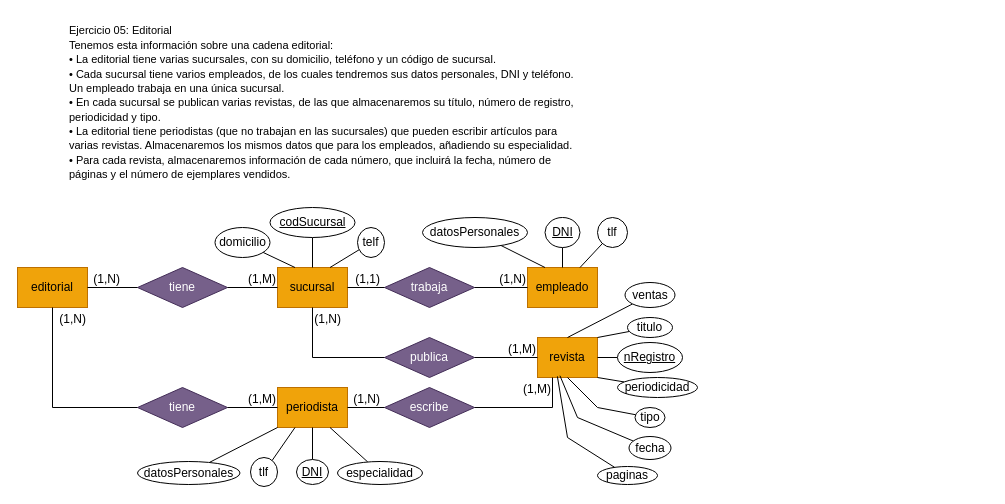
The draw.io diagram RelacionEjercicios2/ejercicio5.drawio in Neixxl/BaseDeDatos, before the edit. Source tidied: cells renumbered, new cells numbered last; positions are measured from the earlier drawing's top-left corner, leaving out a move shared by most shapes. Both pictures are drawn from the tidied source at 100%, with x=0, y=0 at pixel (17, 17).
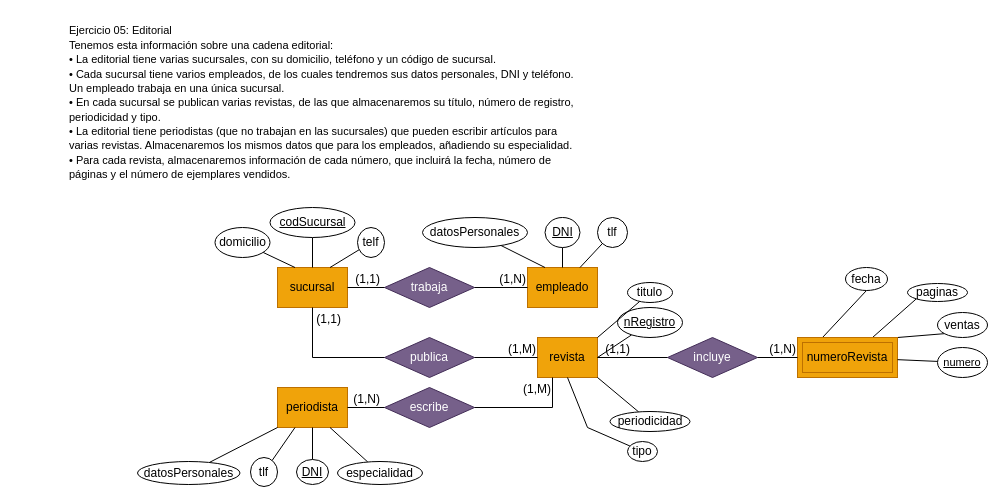
The same diagram, later.

Unchanged cells that the change refers to:
```xml
<mxCell id="4" value="sucursal" style="whiteSpace=wrap;html=1;align=center;fillColor=#f0a30a;strokeColor=#BD7000;fontColor=#000000;" parent="1" vertex="1">
  <mxGeometry x="260" y="250" width="70" height="40" as="geometry" />
</mxCell>
<mxCell id="6" value="revista" style="whiteSpace=wrap;html=1;align=center;fillColor=#f0a30a;strokeColor=#BD7000;fontColor=#000000;" parent="1" vertex="1">
  <mxGeometry x="520" y="320" width="60" height="40" as="geometry" />
</mxCell>
<mxCell id="7" value="periodista" style="whiteSpace=wrap;html=1;align=center;fillColor=#f0a30a;strokeColor=#BD7000;fontColor=#000000;" parent="1" vertex="1">
  <mxGeometry x="260" y="370" width="70" height="40" as="geometry" />
</mxCell>
<mxCell id="31" style="endArrow=none;html=1;rounded=0;exitX=0;exitY=0.5;exitDx=0;exitDy=0;entryX=0.5;entryY=1;entryDx=0;entryDy=0;" parent="1" edge="1" source="30" target="4">
  <mxGeometry relative="1" as="geometry">
    <Array as="points">
      <mxPoint x="295" y="340" />
    </Array>
  </mxGeometry>
</mxCell>
```

The edit, as a diff of the source:
```diff
@@
-    <mxCell id="3" value="editorial" style="whiteSpace=wrap;html=1;align=center;fillColor=#f0a30a;strokeColor=#BD7000;fontColor=#000000;" parent="1" vertex="1">
-      <mxGeometry y="250" width="70" height="40" as="geometry" />
-    </mxCell>
@@
-    <mxCell id="8" value="tiene" style="shape=rhombus;perimeter=rhombusPerimeter;whiteSpace=wrap;html=1;align=center;fillColor=#76608a;fontColor=#ffffff;strokeColor=#432D57;" parent="1" vertex="1">
-      <mxGeometry x="120" y="250" width="90" height="40" as="geometry" />
-    </mxCell>
-    <mxCell id="9" style="endArrow=none;html=1;rounded=0;exitX=0;exitY=0.5;exitDx=0;exitDy=0;entryX=1;entryY=0.5;entryDx=0;entryDy=0;" parent="1" edge="1" source="8" target="3">
-      <mxGeometry relative="1" as="geometry" />
-    </mxCell>
-    <mxCell id="10" value="(1,N)" style="html=1;whiteSpace=wrap;align=right;verticalAlign=bottom;" parent="9" vertex="1">
-      <mxGeometry x="1" relative="1" as="geometry">
-        <mxPoint x="34" as="offset" />
-      </mxGeometry>
-    </mxCell>
-    <mxCell id="11" style="endArrow=none;html=1;rounded=0;exitX=1;exitY=0.5;exitDx=0;exitDy=0;entryX=0;entryY=0.5;entryDx=0;entryDy=0;" parent="1" edge="1" source="8" target="4">
-      <mxGeometry relative="1" as="geometry" />
-    </mxCell>
-    <mxCell id="12" value="(1,M)" style="html=1;whiteSpace=wrap;align=right;verticalAlign=bottom;" parent="11" vertex="1">
-      <mxGeometry x="1" relative="1" as="geometry" />
-    </mxCell>
@@
-    <mxCell id="32" value="(1,N)" style="html=1;whiteSpace=wrap;align=right;verticalAlign=bottom;" parent="31" vertex="1">
+    <mxCell id="32" value="(1,1)" style="html=1;whiteSpace=wrap;align=right;verticalAlign=bottom;" parent="31" vertex="1">
       <mxGeometry x="1" relative="1" as="geometry">
         <mxPoint x="30" y="20" as="offset" />
       </mxGeometry>
     </mxCell>
@@
     <mxCell id="36" value="&lt;u&gt;nRegistro&lt;/u&gt;" style="ellipse;whiteSpace=wrap;html=1;align=center;" parent="1" vertex="1">
-      <mxGeometry x="600" y="325" width="65" height="30" as="geometry" />
+      <mxGeometry x="600" y="290" width="65" height="30" as="geometry" />
     </mxCell>
@@
     <mxCell id="38" value="titulo" style="ellipse;whiteSpace=wrap;html=1;align=center;" parent="1" vertex="1">
-      <mxGeometry x="610" y="300" width="45" height="20" as="geometry" />
+      <mxGeometry x="610" y="265" width="45" height="20" as="geometry" />
     </mxCell>
@@
     <mxCell id="40" value="periodicidad" style="ellipse;whiteSpace=wrap;html=1;align=center;" parent="1" vertex="1">
-      <mxGeometry x="600" y="360" width="80" height="20" as="geometry" />
+      <mxGeometry x="592.5" y="394" width="80" height="20" as="geometry" />
     </mxCell>
     <mxCell id="41" style="endArrow=none;html=1;rounded=0;exitX=0.5;exitY=1;exitDx=0;exitDy=0;" parent="1" edge="1" source="6" target="42">
       <mxGeometry relative="1" as="geometry">
         <Array as="points">
-          <mxPoint x="580" y="390" />
+          <mxPoint x="570" y="410" />
         </Array>
       </mxGeometry>
     </mxCell>
     <mxCell id="42" value="tipo" style="ellipse;whiteSpace=wrap;html=1;align=center;" parent="1" vertex="1">
-      <mxGeometry x="617.5" y="390" width="30" height="20" as="geometry" />
+      <mxGeometry x="610" y="424" width="30" height="20" as="geometry" />
     </mxCell>
-    <mxCell id="43" value="tiene" style="shape=rhombus;perimeter=rhombusPerimeter;whiteSpace=wrap;html=1;align=center;fillColor=#76608a;fontColor=#ffffff;strokeColor=#432D57;" parent="1" vertex="1">
-      <mxGeometry x="120" y="370" width="90" height="40" as="geometry" />
-    </mxCell>
-    <mxCell id="44" style="endArrow=none;html=1;rounded=0;exitX=0;exitY=0.5;exitDx=0;exitDy=0;entryX=0.5;entryY=1;entryDx=0;entryDy=0;" parent="1" edge="1" source="43" target="3">
-      <mxGeometry relative="1" as="geometry">
-        <Array as="points">
-          <mxPoint x="35" y="390" />
-        </Array>
-      </mxGeometry>
-    </mxCell>
-    <mxCell id="45" value="(1,N)" style="html=1;whiteSpace=wrap;align=right;verticalAlign=bottom;" parent="44" vertex="1">
-      <mxGeometry x="1" relative="1" as="geometry">
-        <mxPoint x="35" y="20" as="offset" />
-      </mxGeometry>
-    </mxCell>
-    <mxCell id="46" style="endArrow=none;html=1;rounded=0;exitX=1;exitY=0.5;exitDx=0;exitDy=0;entryX=0;entryY=0.5;entryDx=0;entryDy=0;" parent="1" edge="1" source="43" target="7">
-      <mxGeometry relative="1" as="geometry" />
-    </mxCell>
-    <mxCell id="47" value="(1,M)" style="html=1;whiteSpace=wrap;align=right;verticalAlign=bottom;" parent="46" vertex="1">
-      <mxGeometry x="1" relative="1" as="geometry" />
-    </mxCell>
@@
-    <mxCell id="61" style="endArrow=none;html=1;rounded=0;exitX=0.374;exitY=0.955;exitDx=0;exitDy=0;exitPerimeter=0;" parent="1" edge="1" source="6" target="62">
-      <mxGeometry relative="1" as="geometry">
-        <Array as="points">
-          <mxPoint x="560" y="400" />
-        </Array>
-      </mxGeometry>
-    </mxCell>
+    <mxCell id="67" style="rounded=0;jettySize=auto;html=1;exitX=0.5;exitY=1;exitDx=0;exitDy=0;entryX=0.25;entryY=0;entryDx=0;entryDy=0;strokeColor=default;align=center;verticalAlign=middle;fontFamily=Helvetica;fontSize=11;fontColor=default;labelBackgroundColor=default;edgeStyle=none;startFill=0;endArrow=none;" parent="1" edge="1" source="62" target="70">
+      <mxGeometry relative="1" as="geometry" />
+    </mxCell>
     <mxCell id="62" value="fecha" style="ellipse;whiteSpace=wrap;html=1;align=center;" parent="1" vertex="1">
-      <mxGeometry x="611.5" y="419" width="42" height="23" as="geometry" />
+      <mxGeometry x="828" y="250" width="42" height="23" as="geometry" />
     </mxCell>
-    <mxCell id="63" style="endArrow=none;html=1;rounded=0;exitX=0.331;exitY=0.971;exitDx=0;exitDy=0;exitPerimeter=0;" parent="1" edge="1" source="6" target="64">
-      <mxGeometry relative="1" as="geometry">
-        <Array as="points">
-          <mxPoint x="550" y="420" />
-        </Array>
-      </mxGeometry>
-    </mxCell>
+    <mxCell id="68" style="rounded=0;jettySize=auto;html=1;exitX=0;exitY=1;exitDx=0;exitDy=0;entryX=0.75;entryY=0;entryDx=0;entryDy=0;strokeColor=default;align=center;verticalAlign=middle;fontFamily=Helvetica;fontSize=11;fontColor=default;labelBackgroundColor=default;edgeStyle=none;startFill=0;endArrow=none;" parent="1" edge="1" source="64" target="70">
+      <mxGeometry relative="1" as="geometry" />
+    </mxCell>
     <mxCell id="64" value="paginas" style="ellipse;whiteSpace=wrap;html=1;align=center;" parent="1" vertex="1">
-      <mxGeometry x="580" y="449" width="60" height="18" as="geometry" />
+      <mxGeometry x="890" y="266" width="60" height="18" as="geometry" />
     </mxCell>
-    <mxCell id="65" style="endArrow=none;html=1;rounded=0;exitX=0.5;exitY=0;exitDx=0;exitDy=0;" parent="1" edge="1" source="6" target="66">
-      <mxGeometry relative="1" as="geometry" />
-    </mxCell>
+    <mxCell id="69" style="edgeStyle=none;shape=connector;rounded=0;jettySize=auto;html=1;exitX=0;exitY=1;exitDx=0;exitDy=0;entryX=1;entryY=0;entryDx=0;entryDy=0;strokeColor=default;align=center;verticalAlign=middle;fontFamily=Helvetica;fontSize=11;fontColor=default;labelBackgroundColor=default;endArrow=none;startFill=0;" parent="1" edge="1" source="66" target="70">
+      <mxGeometry relative="1" as="geometry" />
+    </mxCell>
     <mxCell id="66" value="ventas" style="ellipse;whiteSpace=wrap;html=1;align=center;" parent="1" vertex="1">
-      <mxGeometry x="607.5" y="265" width="50" height="25" as="geometry" />
+      <mxGeometry x="920" y="295" width="50" height="25" as="geometry" />
     </mxCell>
+    <mxCell id="70" value="numeroRevista" style="whiteSpace=wrap;html=1;align=center;fillColor=#f0a30a;strokeColor=#BD7000;fontColor=#000000;shape=ext;margin=3;double=1;" parent="1" vertex="1">
+      <mxGeometry x="780" y="320" width="100" height="40" as="geometry" />
+    </mxCell>
+    <mxCell id="71" value="incluye" style="shape=rhombus;perimeter=rhombusPerimeter;whiteSpace=wrap;html=1;align=center;fillColor=#76608a;fontColor=#ffffff;strokeColor=#432D57;" parent="1" vertex="1">
+      <mxGeometry x="650" y="320" width="90" height="40" as="geometry" />
+    </mxCell>
+    <mxCell id="72" style="endArrow=none;html=1;rounded=0;exitX=0;exitY=0.5;exitDx=0;exitDy=0;entryX=1;entryY=0.5;entryDx=0;entryDy=0;" parent="1" edge="1" source="71" target="6">
+      <mxGeometry relative="1" as="geometry" />
+    </mxCell>
+    <mxCell id="73" value="(1,1)" style="html=1;whiteSpace=wrap;align=right;verticalAlign=bottom;" parent="72" vertex="1">
+      <mxGeometry x="1" relative="1" as="geometry">
+        <mxPoint x="34" as="offset" />
+      </mxGeometry>
+    </mxCell>
+    <mxCell id="74" style="endArrow=none;html=1;rounded=0;exitX=1;exitY=0.5;exitDx=0;exitDy=0;entryX=0;entryY=0.5;entryDx=0;entryDy=0;" parent="1" edge="1" source="71" target="70">
+      <mxGeometry relative="1" as="geometry" />
+    </mxCell>
+    <mxCell id="75" value="(1,N)" style="html=1;whiteSpace=wrap;align=right;verticalAlign=bottom;" parent="74" vertex="1">
+      <mxGeometry x="1" relative="1" as="geometry" />
+    </mxCell>
+    <mxCell id="76" style="endArrow=none;html=1;rounded=0;strokeColor=default;align=center;verticalAlign=middle;fontFamily=Helvetica;fontSize=11;fontColor=default;labelBackgroundColor=default;" parent="1" edge="1" source="70" target="77">
+      <mxGeometry relative="1" as="geometry" />
+    </mxCell>
+    <mxCell id="77" value="&lt;u&gt;numero&lt;/u&gt;" style="ellipse;whiteSpace=wrap;html=1;align=center;fontFamily=Helvetica;fontSize=11;fontColor=default;labelBackgroundColor=default;" parent="1" vertex="1">
+      <mxGeometry x="920" y="330" width="50" height="30" as="geometry" />
+    </mxCell>
```
